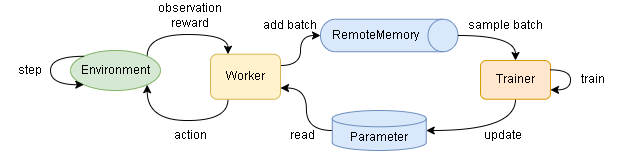
The draw.io diagram diagrams/overview-sequence.drawio.png in pocokhc/simple_distributed_rl, before a commit. Source tidied: cells renumbered, new cells last; positions are measured from the earlier drawing's top-left corner, leaving out a move shared by most shapes.
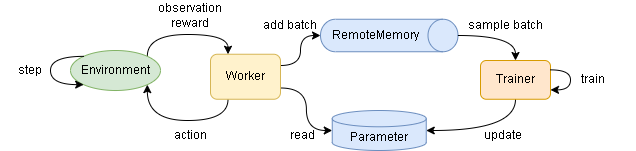
Above is the later version.

The edit, as a diff of the source:
```diff
@@ -13,7 +13,7 @@
     <mxCell id="3" value="Environment" style="ellipse;whiteSpace=wrap;html=1;fillColor=#d5e8d4;strokeColor=#82b366;" parent="1" vertex="1">
       <mxGeometry x="70" y="84" width="90" height="40" as="geometry" />
     </mxCell>
-    <mxCell id="4" style="edgeStyle=orthogonalEdgeStyle;curved=1;rounded=0;jettySize=auto;html=1;exitX=0;exitY=0.5;exitDx=0;exitDy=0;exitPerimeter=0;entryX=1;entryY=0.75;entryDx=0;entryDy=0;" parent="1" edge="1" source="5" target="12">
+    <mxCell id="4" style="edgeStyle=orthogonalEdgeStyle;curved=1;rounded=0;jettySize=auto;html=1;exitX=0;exitY=0.5;exitDx=0;exitDy=0;exitPerimeter=0;entryX=1;entryY=0.75;entryDx=0;entryDy=0;endArrow=none;endFill=0;startArrow=classic;startFill=1;" parent="1" edge="1" source="5" target="12">
       <mxGeometry relative="1" as="geometry" />
     </mxCell>
     <mxCell id="5" value="Parameter" style="shape=cylinder3;whiteSpace=wrap;html=1;boundedLbl=1;backgroundOutline=1;size=8.142857142857167;fillColor=#dae8fc;strokeColor=#6c8ebf;" parent="1" vertex="1">
```
